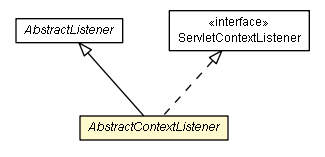
Above: static/javadocs/1.0.0/org/gservlet/AbstractContextListener.png in GServlet/gservlet-site (Graphviz), before the change. Its source is kept beside it as static/javadocs/1.0.0/org/gservlet/AbstractContextListener.dot. Its diagram source:
```dot

digraph G {
	edge [fontname="arial",fontsize=10,labelfontname="arial",labelfontsize=10];
	node [fontname="arial",fontsize=10,shape=plaintext];
	nodesep=0.25;
	ranksep=0.5;
	c200 [label=<<table title="org.gservlet.AbstractListener" border="0" cellborder="1" cellspacing="0" cellpadding="2" port="p" href="./AbstractListener.html">
		<tr><td><table border="0" cellspacing="0" cellpadding="1">
<tr><td align="center" balign="center"><font face="arial italic"> AbstractListener </font></td></tr>
		</table></td></tr>
		</table>>, URL="./AbstractListener.html", fontname="arial", fontcolor="black", fontsize=9.0];
	c202 [label=<<table title="org.gservlet.AbstractContextListener" border="0" cellborder="1" cellspacing="0" cellpadding="2" port="p" bgcolor="lemonChiffon" href="./AbstractContextListener.html">
		<tr><td><table border="0" cellspacing="0" cellpadding="1">
<tr><td align="center" balign="center"><font face="arial italic"> AbstractContextListener </font></td></tr>
		</table></td></tr>
		</table>>, URL="./AbstractContextListener.html", fontname="arial", fontcolor="black", fontsize=9.0];
	c200:p -> c202:p [dir=back,arrowtail=empty];
	c216:p -> c202:p [dir=back,arrowtail=empty,style=dashed];
	c216 [label=<<table title="javax.servlet.ServletContextListener" border="0" cellborder="1" cellspacing="0" cellpadding="2" port="p" href="http://java.sun.com/j2se/1.4.2/docs/api/javax/servlet/ServletContextListener.html">
		<tr><td><table border="0" cellspacing="0" cellpadding="1">
<tr><td align="center" balign="center"> &#171;interface&#187; </td></tr>
<tr><td align="center" balign="center"> ServletContextListener </td></tr>
		</table></td></tr>
		</table>>, URL="http://java.sun.com/j2se/1.4.2/docs/api/javax/servlet/ServletContextListener.html", fontname="arial", fontcolor="black", fontsize=9.0];
}
```
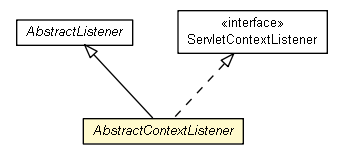
Above is the later version.

The edit, as a diff of the source:
```diff
@@ -4,22 +4,22 @@
 	node [fontname="arial",fontsize=10,shape=plaintext];
 	nodesep=0.25;
 	ranksep=0.5;
-	c200 [label=<<table title="org.gservlet.AbstractListener" border="0" cellborder="1" cellspacing="0" cellpadding="2" port="p" href="./AbstractListener.html">
+	c178 [label=<<table title="org.gservlet.AbstractContextListener" border="0" cellborder="1" cellspacing="0" cellpadding="2" port="p" bgcolor="lemonChiffon" href="./AbstractContextListener.html">
+		<tr><td><table border="0" cellspacing="0" cellpadding="1">
+<tr><td align="center" balign="center"><font face="arial italic"> AbstractContextListener </font></td></tr>
+		</table></td></tr>
+		</table>>, URL="./AbstractContextListener.html", fontname="arial", fontcolor="black", fontsize=10.0];
+	c180 [label=<<table title="org.gservlet.AbstractListener" border="0" cellborder="1" cellspacing="0" cellpadding="2" port="p" href="./AbstractListener.html">
 		<tr><td><table border="0" cellspacing="0" cellpadding="1">
 <tr><td align="center" balign="center"><font face="arial italic"> AbstractListener </font></td></tr>
 		</table></td></tr>
-		</table>>, URL="./AbstractListener.html", fontname="arial", fontcolor="black", fontsize=9.0];
-	c202 [label=<<table title="org.gservlet.AbstractContextListener" border="0" cellborder="1" cellspacing="0" cellpadding="2" port="p" bgcolor="lemonChiffon" href="./AbstractContextListener.html">
-		<tr><td><table border="0" cellspacing="0" cellpadding="1">
-<tr><td align="center" balign="center"><font face="arial italic"> AbstractContextListener </font></td></tr>
-		</table></td></tr>
-		</table>>, URL="./AbstractContextListener.html", fontname="arial", fontcolor="black", fontsize=9.0];
-	c200:p -> c202:p [dir=back,arrowtail=empty];
-	c216:p -> c202:p [dir=back,arrowtail=empty,style=dashed];
+		</table>>, URL="./AbstractListener.html", fontname="arial", fontcolor="black", fontsize=10.0];
+	c180:p -> c178:p [dir=back,arrowtail=empty];
+	c216:p -> c178:p [dir=back,arrowtail=empty,style=dashed];
 	c216 [label=<<table title="javax.servlet.ServletContextListener" border="0" cellborder="1" cellspacing="0" cellpadding="2" port="p" href="http://java.sun.com/j2se/1.4.2/docs/api/javax/servlet/ServletContextListener.html">
 		<tr><td><table border="0" cellspacing="0" cellpadding="1">
 <tr><td align="center" balign="center"> &#171;interface&#187; </td></tr>
 <tr><td align="center" balign="center"> ServletContextListener </td></tr>
 		</table></td></tr>
-		</table>>, URL="http://java.sun.com/j2se/1.4.2/docs/api/javax/servlet/ServletContextListener.html", fontname="arial", fontcolor="black", fontsize=9.0];
+		</table>>, URL="http://java.sun.com/j2se/1.4.2/docs/api/javax/servlet/ServletContextListener.html", fontname="arial", fontcolor="black", fontsize=10.0];
 }
```
